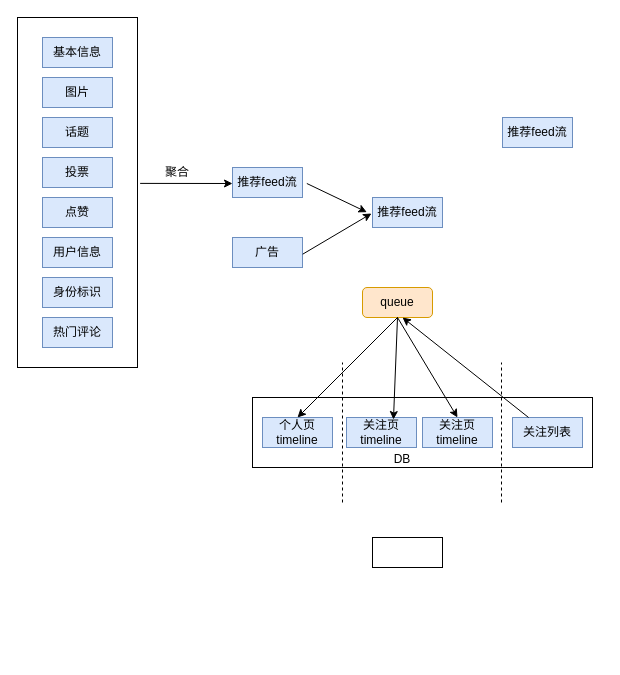
The draw.io diagram arch/feed/arch.drawio in zhangchuhu/drawio, before the edit. Source tidied: cells renumbered, new cells numbered last; positions are measured from the earlier drawing's top-left corner, leaving out a move shared by most shapes. Both pictures are drawn from the tidied source at 100%, with x=0, y=0 at pixel (17, 17).
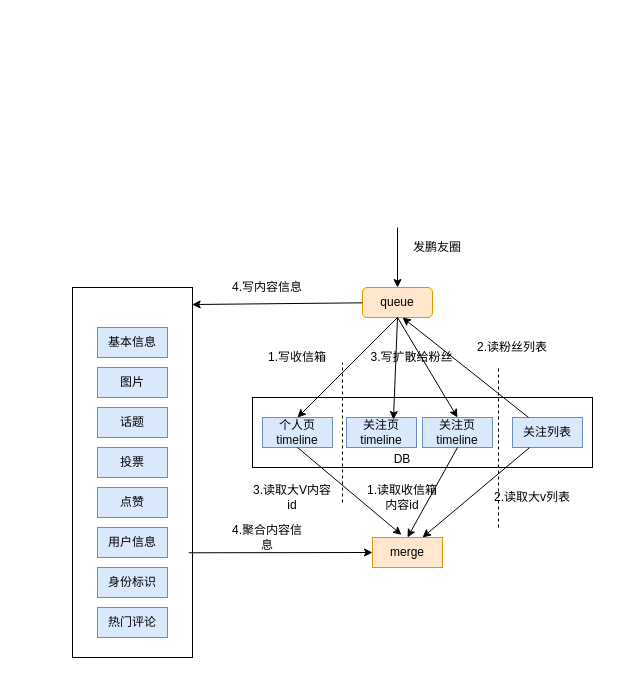
Above is the later version.

Unchanged cells that the change refers to:
```xml
<mxCell id="21" value="个人页timeline" style="rounded=0;whiteSpace=wrap;html=1;fillColor=#dae8fc;strokeColor=#6c8ebf;" parent="1" vertex="1">
  <mxGeometry x="245" y="400" width="70" height="30" as="geometry" />
</mxCell>
<mxCell id="23" value="关注页timeline" style="rounded=0;whiteSpace=wrap;html=1;fillColor=#dae8fc;strokeColor=#6c8ebf;" parent="1" vertex="1">
  <mxGeometry x="405" y="400" width="70" height="30" as="geometry" />
</mxCell>
<mxCell id="24" value="关注列表" style="rounded=0;whiteSpace=wrap;html=1;fillColor=#dae8fc;strokeColor=#6c8ebf;" parent="1" vertex="1">
  <mxGeometry x="495" y="400" width="70" height="30" as="geometry" />
</mxCell>
<mxCell id="26" value="queue" style="rounded=1;whiteSpace=wrap;html=1;fillColor=#ffe6cc;strokeColor=#d79b00;" parent="1" vertex="1">
  <mxGeometry x="345" y="270" width="70" height="30" as="geometry" />
</mxCell>
```

What changed in the source:
```diff
@@
     <mxCell id="2" style="rounded=0;whiteSpace=wrap;html=1;" parent="1" vertex="1">
-      <mxGeometry width="120" height="350" as="geometry" />
+      <mxGeometry x="55" y="270" width="120" height="370" as="geometry" />
     </mxCell>
-    <mxCell id="3" value="广告" style="rounded=0;whiteSpace=wrap;html=1;fillColor=#dae8fc;strokeColor=#6c8ebf;" parent="1" vertex="1">
-      <mxGeometry x="215" y="220" width="70" height="30" as="geometry" />
-    </mxCell>
     <mxCell id="4" value="基本信息" style="rounded=0;whiteSpace=wrap;html=1;fillColor=#dae8fc;strokeColor=#6c8ebf;" parent="1" vertex="1">
-      <mxGeometry x="25" y="20" width="70" height="30" as="geometry" />
+      <mxGeometry x="80" y="310" width="70" height="30" as="geometry" />
     </mxCell>
     <mxCell id="5" value="图片" style="rounded=0;whiteSpace=wrap;html=1;fillColor=#dae8fc;strokeColor=#6c8ebf;" parent="1" vertex="1">
-      <mxGeometry x="25" y="60" width="70" height="30" as="geometry" />
+      <mxGeometry x="80" y="350" width="70" height="30" as="geometry" />
     </mxCell>
     <mxCell id="6" value="点赞" style="rounded=0;whiteSpace=wrap;html=1;fillColor=#dae8fc;strokeColor=#6c8ebf;" parent="1" vertex="1">
-      <mxGeometry x="25" y="180" width="70" height="30" as="geometry" />
+      <mxGeometry x="80" y="470" width="70" height="30" as="geometry" />
     </mxCell>
     <mxCell id="7" value="投票" style="rounded=0;whiteSpace=wrap;html=1;fillColor=#dae8fc;strokeColor=#6c8ebf;" parent="1" vertex="1">
-      <mxGeometry x="25" y="140" width="70" height="30" as="geometry" />
+      <mxGeometry x="80" y="430" width="70" height="30" as="geometry" />
     </mxCell>
     <mxCell id="8" value="话题" style="rounded=0;whiteSpace=wrap;html=1;fillColor=#dae8fc;strokeColor=#6c8ebf;" parent="1" vertex="1">
-      <mxGeometry x="25" y="100" width="70" height="30" as="geometry" />
+      <mxGeometry x="80" y="390" width="70" height="30" as="geometry" />
     </mxCell>
     <mxCell id="9" value="用户信息" style="rounded=0;whiteSpace=wrap;html=1;fillColor=#dae8fc;strokeColor=#6c8ebf;" parent="1" vertex="1">
-      <mxGeometry x="25" y="220" width="70" height="30" as="geometry" />
+      <mxGeometry x="80" y="510" width="70" height="30" as="geometry" />
     </mxCell>
     <mxCell id="10" value="身份标识" style="rounded=0;whiteSpace=wrap;html=1;fillColor=#dae8fc;strokeColor=#6c8ebf;" parent="1" vertex="1">
-      <mxGeometry x="25" y="260" width="70" height="30" as="geometry" />
+      <mxGeometry x="80" y="550" width="70" height="30" as="geometry" />
     </mxCell>
     <mxCell id="11" value="热门评论" style="rounded=0;whiteSpace=wrap;html=1;fillColor=#dae8fc;strokeColor=#6c8ebf;" parent="1" vertex="1">
-      <mxGeometry x="25" y="300" width="70" height="30" as="geometry" />
+      <mxGeometry x="80" y="590" width="70" height="30" as="geometry" />
     </mxCell>
-    <mxCell id="12" value="推荐feed流" style="rounded=0;whiteSpace=wrap;html=1;fillColor=#dae8fc;strokeColor=#6c8ebf;" parent="1" vertex="1">
-      <mxGeometry x="215" y="150" width="70" height="30" as="geometry" />
-    </mxCell>
-    <mxCell id="13" style="endArrow=classic;html=1;exitX=1.022;exitY=0.474;exitDx=0;exitDy=0;exitPerimeter=0;" parent="1" edge="1" source="2">
-      <mxGeometry relative="1" as="geometry">
-        <mxPoint x="215" y="166" as="targetPoint" />
-      </mxGeometry>
-    </mxCell>
-    <mxCell id="14" style="endArrow=classic;html=1;exitX=1.003;exitY=0.556;exitDx=0;exitDy=0;exitPerimeter=0;entryX=-0.014;entryY=0.533;entryDx=0;entryDy=0;entryPerimeter=0;" parent="1" edge="1" source="3" target="16">
-      <mxGeometry relative="1" as="geometry" />
-    </mxCell>
-    <mxCell id="15" value="聚合" style="text;html=1;strokeColor=none;fillColor=none;align=center;verticalAlign=middle;whiteSpace=wrap;rounded=0;" parent="1" vertex="1">
-      <mxGeometry x="125" y="145" width="70" height="20" as="geometry" />
-    </mxCell>
-    <mxCell id="16" value="推荐feed流" style="rounded=0;whiteSpace=wrap;html=1;fillColor=#dae8fc;strokeColor=#6c8ebf;" parent="1" vertex="1">
-      <mxGeometry x="355" y="180" width="70" height="30" as="geometry" />
-    </mxCell>
-    <mxCell id="17" style="endArrow=classic;html=1;exitX=1.062;exitY=0.533;exitDx=0;exitDy=0;exitPerimeter=0;entryX=-0.081;entryY=0.489;entryDx=0;entryDy=0;entryPerimeter=0;" parent="1" edge="1" source="12" target="16">
-      <mxGeometry relative="1" as="geometry" />
-    </mxCell>
-    <mxCell id="18" value="推荐feed流" style="rounded=0;whiteSpace=wrap;html=1;fillColor=#dae8fc;strokeColor=#6c8ebf;" parent="1" vertex="1">
-      <mxGeometry x="485" y="100" width="70" height="30" as="geometry" />
-    </mxCell>
@@
-    <mxCell id="25" style="endArrow=none;dashed=1;html=1;" parent="1" edge="1">
-      <mxGeometry relative="1" as="geometry">
-        <mxPoint x="484" y="485" as="sourcePoint" />
-        <mxPoint x="484" y="345" as="targetPoint" />
-      </mxGeometry>
-    </mxCell>
@@
-    <mxCell id="32" style="rounded=0;whiteSpace=wrap;html=1;" parent="1" vertex="1">
+    <mxCell id="32" value="merge" style="rounded=0;whiteSpace=wrap;html=1;fillColor=#ffe6cc;strokeColor=#d79b00;" parent="1" vertex="1">
       <mxGeometry x="355" y="520" width="70" height="30" as="geometry" />
     </mxCell>
+    <mxCell id="33" style="endArrow=classic;html=1;exitX=0.5;exitY=1;exitDx=0;exitDy=0;entryX=0.414;entryY=-0.089;entryDx=0;entryDy=0;entryPerimeter=0;" parent="1" edge="1" source="21" target="32">
+      <mxGeometry relative="1" as="geometry" />
+    </mxCell>
+    <mxCell id="34" style="endArrow=classic;html=1;exitX=0.5;exitY=1;exitDx=0;exitDy=0;" parent="1" edge="1" source="23">
+      <mxGeometry relative="1" as="geometry">
+        <mxPoint x="390" y="520" as="targetPoint" />
+      </mxGeometry>
+    </mxCell>
+    <mxCell id="35" style="endArrow=classic;html=1;" parent="1" edge="1" source="24">
+      <mxGeometry relative="1" as="geometry">
+        <mxPoint x="405" y="520" as="targetPoint" />
+      </mxGeometry>
+    </mxCell>
+    <mxCell id="36" value="3.读取大V内容id" style="text;html=1;strokeColor=none;fillColor=none;align=center;verticalAlign=middle;whiteSpace=wrap;rounded=0;" parent="1" vertex="1">
+      <mxGeometry x="235" y="470" width="80" height="20" as="geometry" />
+    </mxCell>
+    <mxCell id="37" style="endArrow=classic;html=1;exitX=0.969;exitY=0.717;exitDx=0;exitDy=0;entryX=0;entryY=0.5;entryDx=0;entryDy=0;exitPerimeter=0;" parent="1" edge="1" source="2" target="32">
+      <mxGeometry relative="1" as="geometry" />
+    </mxCell>
+    <mxCell id="38" value="2.读取大v列表" style="text;html=1;strokeColor=none;fillColor=none;align=center;verticalAlign=middle;whiteSpace=wrap;rounded=0;" parent="1" vertex="1">
+      <mxGeometry x="445" y="470" width="140" height="20" as="geometry" />
+    </mxCell>
+    <mxCell id="39" value="1.读取收信箱内容id" style="text;html=1;strokeColor=none;fillColor=none;align=center;verticalAlign=middle;whiteSpace=wrap;rounded=0;" parent="1" vertex="1">
+      <mxGeometry x="345" y="470" width="80" height="20" as="geometry" />
+    </mxCell>
+    <mxCell id="40" value="4.聚合内容信息" style="text;html=1;strokeColor=none;fillColor=none;align=center;verticalAlign=middle;whiteSpace=wrap;rounded=0;" parent="1" vertex="1">
+      <mxGeometry x="210" y="510" width="80" height="20" as="geometry" />
+    </mxCell>
+    <mxCell id="41" style="endArrow=classic;html=1;entryX=0.5;entryY=0;entryDx=0;entryDy=0;" parent="1" edge="1" target="26">
+      <mxGeometry relative="1" as="geometry">
+        <mxPoint x="380" y="210" as="sourcePoint" />
+      </mxGeometry>
+    </mxCell>
+    <mxCell id="42" value="发鹏友圈" style="text;html=1;strokeColor=none;fillColor=none;align=center;verticalAlign=middle;whiteSpace=wrap;rounded=0;" parent="1" vertex="1">
+      <mxGeometry x="385" y="220" width="70" height="20" as="geometry" />
+    </mxCell>
+    <mxCell id="43" value="1.写收信箱" style="text;html=1;strokeColor=none;fillColor=none;align=center;verticalAlign=middle;whiteSpace=wrap;rounded=0;" parent="1" vertex="1">
+      <mxGeometry x="245" y="330" width="70" height="20" as="geometry" />
+    </mxCell>
+    <mxCell id="44" value="2.读粉丝列表" style="text;html=1;strokeColor=none;fillColor=none;align=center;verticalAlign=middle;whiteSpace=wrap;rounded=0;" parent="1" vertex="1">
+      <mxGeometry x="445" y="320" width="100" height="20" as="geometry" />
+    </mxCell>
+    <mxCell id="45" value="3.写扩散给粉丝" style="text;html=1;strokeColor=none;fillColor=none;align=center;verticalAlign=middle;whiteSpace=wrap;rounded=0;" parent="1" vertex="1">
+      <mxGeometry x="344" y="330" width="101" height="20" as="geometry" />
+    </mxCell>
+    <mxCell id="46" style="endArrow=classic;html=1;entryX=0.997;entryY=0.046;entryDx=0;entryDy=0;entryPerimeter=0;" parent="1" edge="1" source="26" target="2">
+      <mxGeometry relative="1" as="geometry" />
+    </mxCell>
+    <mxCell id="47" value="4.写内容信息" style="text;html=1;strokeColor=none;fillColor=none;align=center;verticalAlign=middle;whiteSpace=wrap;rounded=0;" parent="1" vertex="1">
+      <mxGeometry x="210" y="260" width="80" height="20" as="geometry" />
+    </mxCell>
+    <mxCell id="48" style="endArrow=none;dashed=1;html=1;" parent="1" edge="1">
+      <mxGeometry relative="1" as="geometry">
+        <mxPoint x="481" y="510" as="sourcePoint" />
+        <mxPoint x="481" y="350" as="targetPoint" />
+      </mxGeometry>
+    </mxCell>
```
